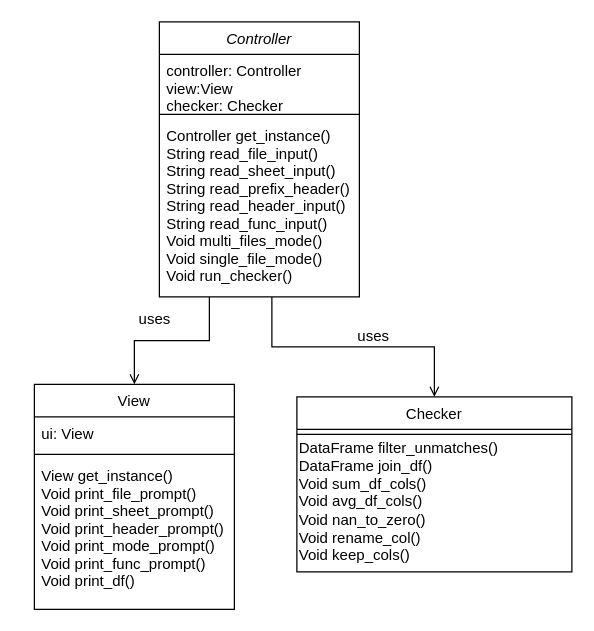
Before: Documentation/UML_AutoChecker.drawio in R-Fan9/Verification-Automation, a draw.io diagram. Source tidied: cells renumbered, new cells numbered last; positions are measured from the earlier drawing's top-left corner, leaving out a move shared by most shapes. Both pictures are drawn from the tidied source at 125%, with x=0, y=0 at pixel (34, 21).
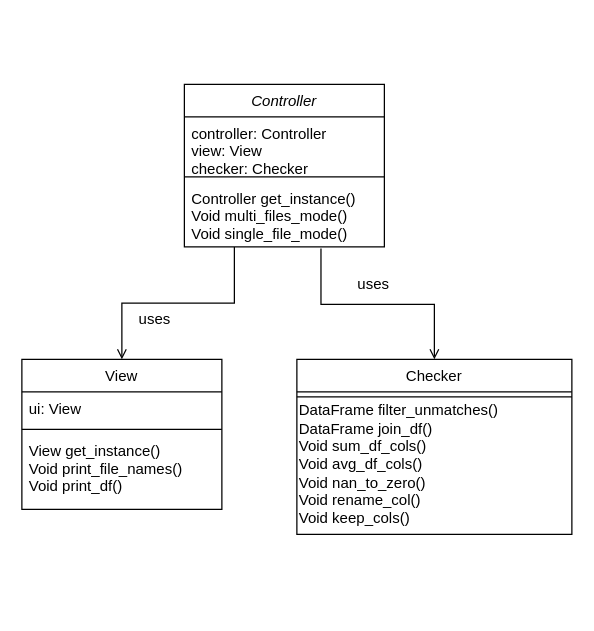
The same diagram, later.

Diff of the diagram source:
```diff
@@
 <mxGraphModel>
   <root>
     <mxCell id="0" />
     <mxCell id="1" parent="0" />
     <mxCell id="2" value="Controller" style="swimlane;fontStyle=2;align=center;verticalAlign=top;horizontal=1;startSize=26;rounded=0;shadow=0;strokeWidth=1;" parent="1" vertex="1">
-      <mxGeometry x="100" width="160" height="220" as="geometry" />
+      <mxGeometry x="120" y="50" width="160" height="130" as="geometry" />
     </mxCell>
-    <mxCell id="3" value="controller: Controller&#10;view:View&#10;checker: Checker" style="text;align=left;verticalAlign=top;spacingLeft=4;spacingRight=4;overflow=hidden;" parent="2" vertex="1">
+    <mxCell id="3" value="controller: Controller&#10;view: View&#10;checker: Checker" style="text;align=left;verticalAlign=top;spacingLeft=4;spacingRight=4;overflow=hidden;" parent="2" vertex="1">
       <mxGeometry y="26" width="160" height="44" as="geometry" />
     </mxCell>
     <mxCell id="4" style="line;html=1;strokeWidth=1;align=left;verticalAlign=middle;spacingTop=-1;spacingLeft=3;spacingRight=3;labelPosition=right;" parent="2" vertex="1">
       <mxGeometry y="70" width="160" height="8" as="geometry" />
     </mxCell>
-    <mxCell id="5" value="Controller get_instance()&#10;String read_file_input()&#10;String read_sheet_input()&#10;String read_prefix_header()&#10;String read_header_input()&#10;String read_func_input()&#10;Void multi_files_mode()&#10;Void single_file_mode()&#10;Void run_checker()&#10;" style="text;align=left;verticalAlign=top;spacingLeft=4;spacingRight=4;overflow=hidden;points=[[0,0.5],[1,0.5]];portConstraint=eastwest;" parent="2" vertex="1">
-      <mxGeometry y="78" width="160" height="142" as="geometry" />
+    <mxCell id="5" value="Controller get_instance()&#10;Void multi_files_mode()&#10;Void single_file_mode()&#10;" style="text;align=left;verticalAlign=top;spacingLeft=4;spacingRight=4;overflow=hidden;points=[[0,0.5],[1,0.5]];portConstraint=eastwest;" parent="2" vertex="1">
+      <mxGeometry y="78" width="160" height="52" as="geometry" />
     </mxCell>
     <mxCell id="6" value="View" style="swimlane;fontStyle=0;align=center;verticalAlign=top;horizontal=1;startSize=26;rounded=0;shadow=0;strokeWidth=1;" parent="1" vertex="1">
-      <mxGeometry y="290" width="160" height="180" as="geometry" />
+      <mxGeometry x="-10" y="270" width="160" height="120" as="geometry" />
     </mxCell>
     <mxCell id="7" value="ui: View" style="text;align=left;verticalAlign=top;spacingLeft=4;spacingRight=4;overflow=hidden;" parent="6" vertex="1">
       <mxGeometry y="26" width="160" height="26" as="geometry" />
     </mxCell>
     <mxCell id="8" style="line;html=1;strokeWidth=1;align=left;verticalAlign=middle;spacingTop=-1;spacingLeft=3;spacingRight=3;labelPosition=right;" parent="6" vertex="1">
       <mxGeometry y="52" width="160" height="8" as="geometry" />
     </mxCell>
-    <mxCell id="9" value="View get_instance()&#10;Void print_file_prompt()&#10;Void print_sheet_prompt()&#10;Void print_header_prompt()&#10;Void print_mode_prompt()&#10;Void print_func_prompt()&#10;Void print_df()" style="text;align=left;verticalAlign=top;spacingLeft=4;spacingRight=4;overflow=hidden;" parent="6" vertex="1">
-      <mxGeometry y="60" width="160" height="110" as="geometry" />
+    <mxCell id="9" value="View get_instance()&#10;Void print_file_names()&#10;Void print_df()" style="text;align=left;verticalAlign=top;spacingLeft=4;spacingRight=4;overflow=hidden;" parent="6" vertex="1">
+      <mxGeometry y="60" width="160" height="60" as="geometry" />
     </mxCell>
     <mxCell id="10" value="Checker" style="swimlane;fontStyle=0;align=center;verticalAlign=top;horizontal=1;startSize=26;rounded=0;shadow=0;strokeWidth=1;" parent="1" vertex="1">
-      <mxGeometry x="210" y="300" width="220" height="140" as="geometry" />
+      <mxGeometry x="210" y="270" width="220" height="140" as="geometry" />
     </mxCell>
     <mxCell id="11" style="line;html=1;strokeWidth=1;align=left;verticalAlign=middle;spacingTop=-1;spacingLeft=3;spacingRight=3;labelPosition=right;" parent="10" vertex="1">
       <mxGeometry y="26" width="220" height="8" as="geometry" />
     </mxCell>
     <mxCell id="12" value="DataFrame filter_unmatches()&lt;br&gt;&lt;div&gt;DataFrame join_df()&lt;/div&gt;&lt;div&gt;Void sum_df_cols()&lt;/div&gt;&lt;div&gt;Void avg_df_cols()&lt;/div&gt;&lt;div&gt;Void nan_to_zero()&lt;/div&gt;&lt;div&gt;Void rename_col()&lt;/div&gt;&lt;div&gt;Void keep_cols()&lt;/div&gt;" style="text;html=1;align=left;verticalAlign=middle;strokeColor=none;fillColor=none;" parent="10" vertex="1">
       <mxGeometry y="34" width="220" height="100" as="geometry" />
     </mxCell>
     <mxCell id="13" style="endArrow=open;shadow=0;strokeWidth=1;rounded=0;endFill=1;edgeStyle=elbowEdgeStyle;elbow=vertical;entryX=0.5;entryY=0;entryDx=0;entryDy=0;exitX=0.25;exitY=1;exitDx=0;exitDy=0;" parent="1" edge="1" source="2" target="6">
       <mxGeometry x="0.5" y="41" relative="1" as="geometry">
         <mxPoint x="-40" y="32" as="offset" />
       </mxGeometry>
     </mxCell>
-    <mxCell id="14" style="endArrow=open;shadow=0;strokeWidth=1;rounded=0;endFill=1;edgeStyle=elbowEdgeStyle;elbow=vertical;" parent="1" edge="1" target="10">
+    <mxCell id="14" style="endArrow=open;shadow=0;strokeWidth=1;rounded=0;endFill=1;edgeStyle=elbowEdgeStyle;elbow=vertical;exitX=0.683;exitY=1.026;exitDx=0;exitDy=0;exitPerimeter=0;" parent="1" edge="1" source="5" target="10">
       <mxGeometry x="0.5" y="41" relative="1" as="geometry">
-        <mxPoint x="190" y="220" as="sourcePoint" />
         <mxPoint x="-40" y="32" as="offset" />
       </mxGeometry>
     </mxCell>
     <mxCell id="15" value="uses" style="text;html=1;align=center;verticalAlign=middle;labelBackgroundColor=none;rounded=0;shadow=0;strokeWidth=1;fontSize=12;" parent="14" vertex="1">
       <mxGeometry x="0.5" y="49" relative="1" as="geometry">
-        <mxPoint x="-38" y="40" as="offset" />
+        <mxPoint x="-99" y="-16" as="offset" />
       </mxGeometry>
     </mxCell>
     <mxCell id="16" value="uses" style="text;html=1;align=center;verticalAlign=middle;labelBackgroundColor=none;rounded=0;shadow=0;strokeWidth=1;fontSize=12;" parent="1" vertex="1">
       <mxGeometry x="100" y="240" as="geometry">
         <mxPoint x="-5" y="-3" as="offset" />
       </mxGeometry>
     </mxCell>
   </root>
 </mxGraphModel>
```
